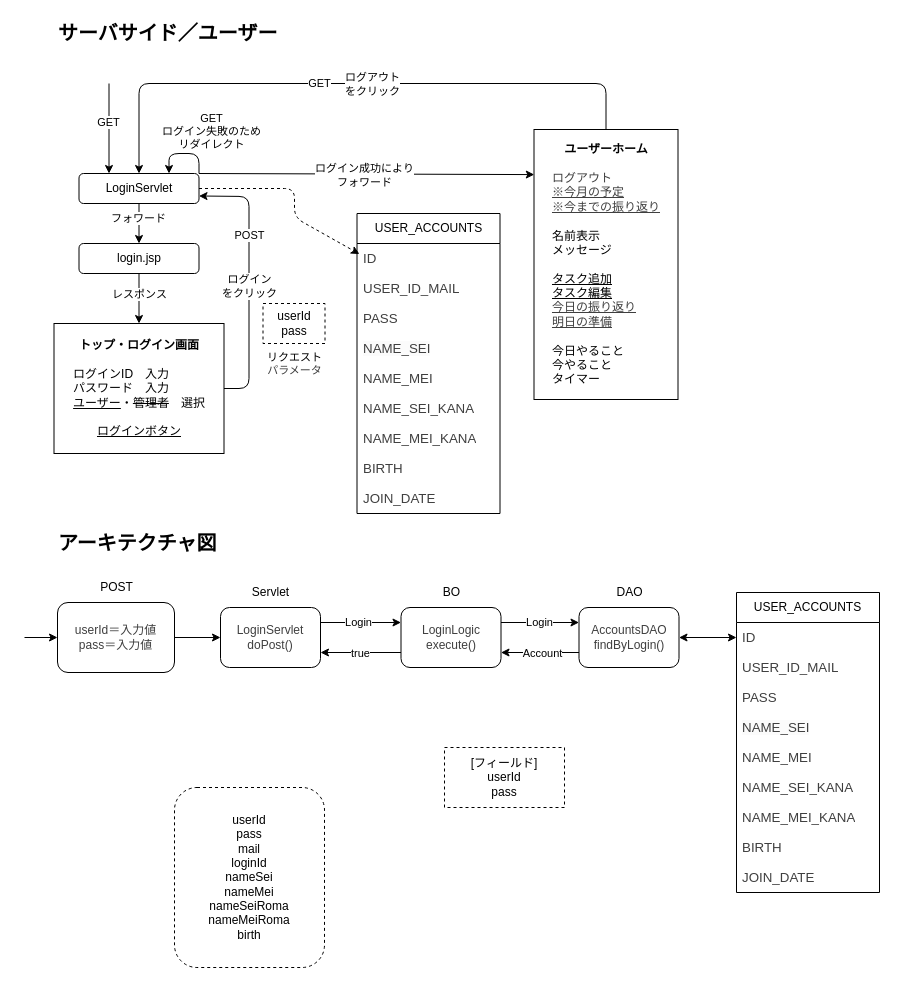
Before: page "ログイン" (3 of 6) of 遷移図/Whole.drawio in ooese/FocusStep, a draw.io diagram. Source tidied: cells renumbered, new cells numbered last; positions are measured from the earlier drawing's top-left corner, leaving out a move shared by most shapes. Both pictures are drawn from the tidied source at 100%, with x=0, y=0 at pixel (24, 17).
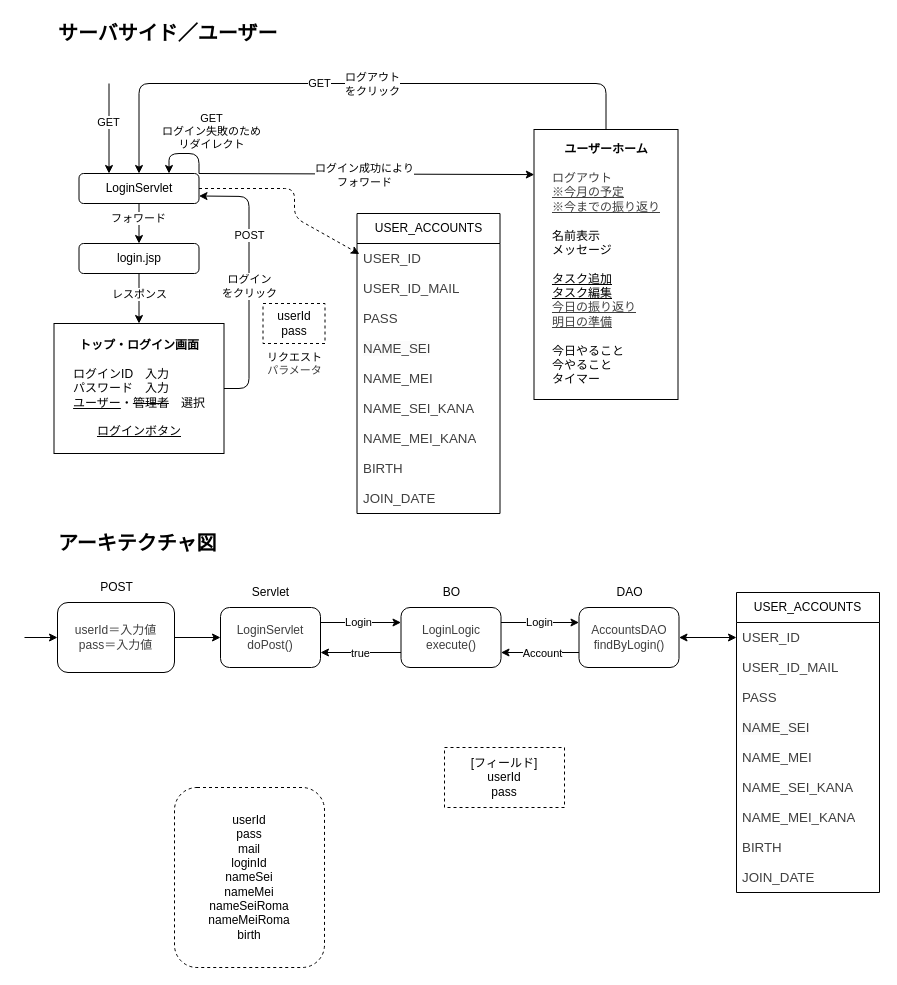
After the change.

The change refers to these unchanged cells:
```xml
<mxCell id="38" value="USER_ACCOUNTS" style="swimlane;fontStyle=0;horizontal=1;startSize=30;whiteSpace=wrap;html=1;" parent="1" vertex="1">
  <mxGeometry x="332.5" y="196" width="143" height="300" as="geometry" />
</mxCell>
<mxCell id="52" value="USER_ACCOUNTS" style="swimlane;fontStyle=0;horizontal=1;startSize=30;whiteSpace=wrap;html=1;" parent="1" vertex="1">
  <mxGeometry x="712" y="575" width="143" height="300" as="geometry" />
</mxCell>
```

What changed in the source:
```diff
@@
-    <mxCell id="39" value="&lt;span style=&quot;color: rgb(63, 63, 63); font-family: Arial; font-size: 13.3333px;&quot;&gt;ID&lt;/span&gt;" style="text;strokeColor=none;fillColor=none;align=left;verticalAlign=middle;spacingLeft=4;spacingRight=4;overflow=hidden;whiteSpace=wrap;html=1;" parent="38" vertex="1">
+    <mxCell id="39" value="&lt;span style=&quot;color: rgb(63, 63, 63); font-family: Arial; font-size: 13.3333px;&quot;&gt;USER_ID&lt;/span&gt;" style="text;strokeColor=none;fillColor=none;align=left;verticalAlign=middle;spacingLeft=4;spacingRight=4;overflow=hidden;whiteSpace=wrap;html=1;" parent="38" vertex="1">
       <mxGeometry y="30" width="143" height="30" as="geometry" />
     </mxCell>
@@
-    <mxCell id="53" value="&lt;span style=&quot;color: rgb(63, 63, 63); font-family: Arial; font-size: 13.3333px;&quot;&gt;ID&lt;/span&gt;" style="text;strokeColor=none;fillColor=none;align=left;verticalAlign=middle;spacingLeft=4;spacingRight=4;overflow=hidden;points=[[0,0.5],[1,0.5]];portConstraint=eastwest;whiteSpace=wrap;html=1;" parent="52" vertex="1">
+    <mxCell id="53" value="&lt;span style=&quot;color: rgb(63, 63, 63); font-family: Arial; font-size: 13.3333px;&quot;&gt;&lt;span style=&quot;color: rgb(63, 63, 63); font-size: 13.3333px;&quot;&gt;USER_&lt;/span&gt;ID&lt;/span&gt;" style="text;strokeColor=none;fillColor=none;align=left;verticalAlign=middle;spacingLeft=4;spacingRight=4;overflow=hidden;points=[[0,0.5],[1,0.5]];portConstraint=eastwest;whiteSpace=wrap;html=1;" parent="52" vertex="1">
       <mxGeometry y="30" width="143" height="30" as="geometry" />
     </mxCell>
```
